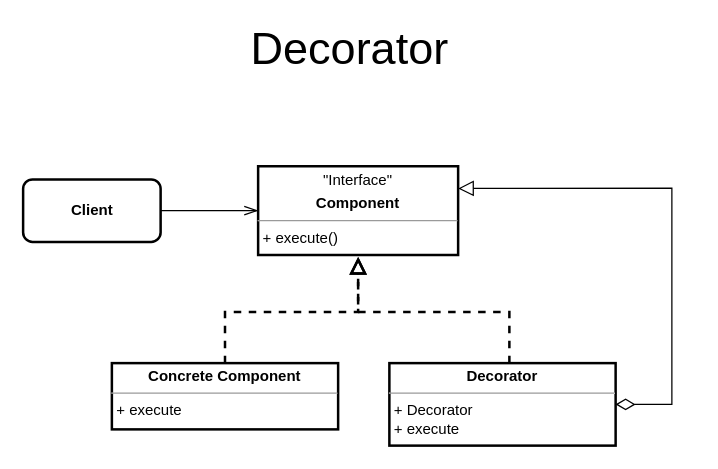
bogdanlotuk/patterns keeps this draw.io diagram as Decorator/Decorator.drawio. Above is the earlier version. Source tidied: cells renumbered, new cells numbered last; positions are measured from the earlier drawing's top-left corner, leaving out a move shared by most shapes. Both pictures are drawn from the tidied source at 125%, with x=0, y=0 at pixel (22, 22).
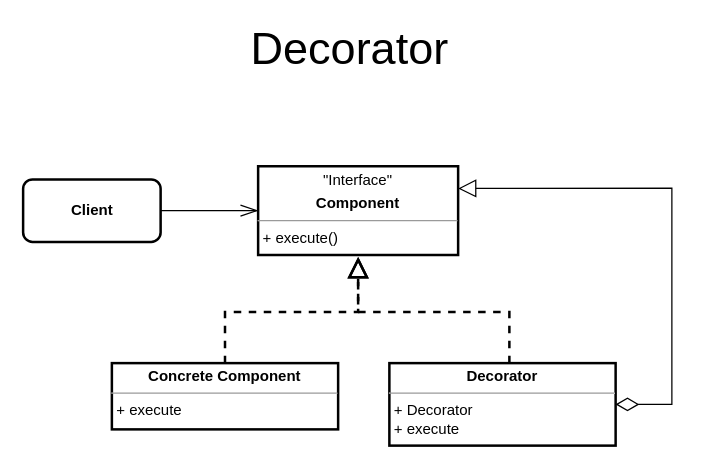
The same diagram, later.

Change to the diagram source:
```diff
@@
 <mxGraphModel>
   <root>
     <mxCell id="0" />
     <mxCell id="1" parent="0" />
     <mxCell id="2" value="&lt;p style=&quot;margin: 0px ; margin-top: 4px ; text-align: center&quot;&gt;&quot;Interface&quot;&lt;/p&gt;&lt;p style=&quot;margin: 0px ; margin-top: 4px ; text-align: center&quot;&gt;&lt;b&gt;Component&lt;/b&gt;&lt;/p&gt;&lt;hr size=&quot;1&quot;&gt;&lt;p style=&quot;margin: 0px ; margin-left: 4px&quot;&gt;+ execute()&lt;/p&gt;&lt;p style=&quot;margin: 0px ; margin-left: 4px&quot;&gt;&lt;br&gt;&lt;/p&gt;" style="verticalAlign=top;align=left;overflow=fill;fontSize=12;fontFamily=Helvetica;html=1;strokeWidth=2;" parent="1" vertex="1">
       <mxGeometry x="188" y="114.5" width="160" height="71" as="geometry" />
     </mxCell>
-    <mxCell id="3" style="edgeStyle=orthogonalEdgeStyle;rounded=0;jettySize=auto;html=1;entryX=0;entryY=0.5;entryDx=0;entryDy=0;endSize=9;endArrow=openThin;endFill=0;" parent="1" edge="1" source="4" target="2">
+    <mxCell id="3" style="edgeStyle=orthogonalEdgeStyle;rounded=0;jettySize=auto;html=1;entryX=0;entryY=0.5;entryDx=0;entryDy=0;endSize=12;endArrow=openThin;endFill=0;startSize=12;" parent="1" edge="1" source="4" target="2">
       <mxGeometry relative="1" as="geometry" />
     </mxCell>
     <mxCell id="4" value="&lt;b&gt;Client&lt;/b&gt;" style="html=1;rounded=1;strokeWidth=2;" parent="1" vertex="1">
       <mxGeometry y="125" width="110" height="50" as="geometry" />
     </mxCell>
     <mxCell id="5" value="Decorator" style="text;html=1;strokeColor=none;fillColor=none;align=center;verticalAlign=middle;whiteSpace=wrap;rounded=0;fontSize=36;fontStyle=0;spacingTop=0;spacingLeft=0;" parent="1" vertex="1">
       <mxGeometry x="154" width="215" height="40" as="geometry" />
     </mxCell>
-    <mxCell id="6" style="edgeStyle=orthogonalEdgeStyle;rounded=0;orthogonalLoop=1;jettySize=auto;html=1;entryX=0.5;entryY=1;entryDx=0;entryDy=0;dashed=1;strokeWidth=2;endArrow=block;endFill=0;endSize=9;" parent="1" edge="1">
+    <mxCell id="6" style="edgeStyle=orthogonalEdgeStyle;rounded=0;orthogonalLoop=1;jettySize=auto;html=1;entryX=0.5;entryY=1;entryDx=0;entryDy=0;dashed=1;strokeWidth=2;endArrow=block;endFill=0;endSize=12;startSize=12;" parent="1" edge="1">
       <mxGeometry relative="1" as="geometry">
         <mxPoint x="389" y="272" as="sourcePoint" />
         <mxPoint x="268" y="187" as="targetPoint" />
         <Array as="points">
           <mxPoint x="389" y="231" />
           <mxPoint x="268" y="231" />
         </Array>
       </mxGeometry>
     </mxCell>
-    <mxCell id="7" style="edgeStyle=orthogonalEdgeStyle;rounded=0;orthogonalLoop=1;jettySize=auto;html=1;entryX=0.5;entryY=1;entryDx=0;entryDy=0;dashed=1;strokeWidth=2;endArrow=block;endFill=0;endSize=9;" parent="1" edge="1">
+    <mxCell id="7" style="edgeStyle=orthogonalEdgeStyle;rounded=0;orthogonalLoop=1;jettySize=auto;html=1;entryX=0.5;entryY=1;entryDx=0;entryDy=0;dashed=1;strokeWidth=2;endArrow=block;endFill=0;endSize=12;startSize=12;" parent="1" edge="1">
       <mxGeometry relative="1" as="geometry">
         <mxPoint x="161.5" y="272" as="sourcePoint" />
         <mxPoint x="268" y="187" as="targetPoint" />
         <Array as="points">
           <mxPoint x="162" y="231" />
           <mxPoint x="268" y="231" />
         </Array>
       </mxGeometry>
     </mxCell>
     <mxCell id="8" value="&lt;p style=&quot;margin: 0px ; margin-top: 4px ; text-align: center&quot;&gt;&lt;span style=&quot;font-weight: 700&quot;&gt;Concrete Component&lt;/span&gt;&lt;br&gt;&lt;/p&gt;&lt;hr size=&quot;1&quot;&gt;&lt;p style=&quot;margin: 0px ; margin-left: 4px&quot;&gt;+ execute&lt;/p&gt;" style="verticalAlign=top;align=left;overflow=fill;fontSize=12;fontFamily=Helvetica;html=1;strokeWidth=2;" parent="1" vertex="1">
       <mxGeometry x="71" y="272" width="181" height="53" as="geometry" />
     </mxCell>
     <mxCell id="9" value="&lt;p style=&quot;margin: 0px ; margin-top: 4px ; text-align: center&quot;&gt;&lt;span style=&quot;font-weight: 700&quot;&gt;Decorator&lt;/span&gt;&lt;br&gt;&lt;/p&gt;&lt;hr size=&quot;1&quot;&gt;&lt;p style=&quot;margin: 0px 0px 0px 4px&quot;&gt;+ Decorator&lt;br&gt;&lt;/p&gt;&lt;p style=&quot;margin: 0px 0px 0px 4px&quot;&gt;+ execute&lt;/p&gt;" style="verticalAlign=top;align=left;overflow=fill;fontSize=12;fontFamily=Helvetica;html=1;strokeWidth=2;" parent="1" vertex="1">
       <mxGeometry x="293" y="272" width="181" height="66" as="geometry" />
     </mxCell>
-    <mxCell id="10" style="endArrow=block;startArrow=diamondThin;html=1;strokeColor=#000000;exitX=1;exitY=0.5;exitDx=0;exitDy=0;entryX=1;entryY=0.25;entryDx=0;entryDy=0;rounded=0;endFill=0;startFill=0;endSize=10;startSize=13;" parent="1" edge="1" source="9" target="2">
+    <mxCell id="10" style="endArrow=block;startArrow=diamondThin;html=1;strokeColor=#000000;exitX=1;exitY=0.5;exitDx=0;exitDy=0;entryX=1;entryY=0.25;entryDx=0;entryDy=0;rounded=0;endFill=0;startFill=0;endSize=12;startSize=16;" parent="1" edge="1" source="9" target="2">
       <mxGeometry relative="1" as="geometry">
         <Array as="points">
           <mxPoint x="519" y="305" />
           <mxPoint x="519" y="132" />
         </Array>
       </mxGeometry>
     </mxCell>
   </root>
 </mxGraphModel>
```
